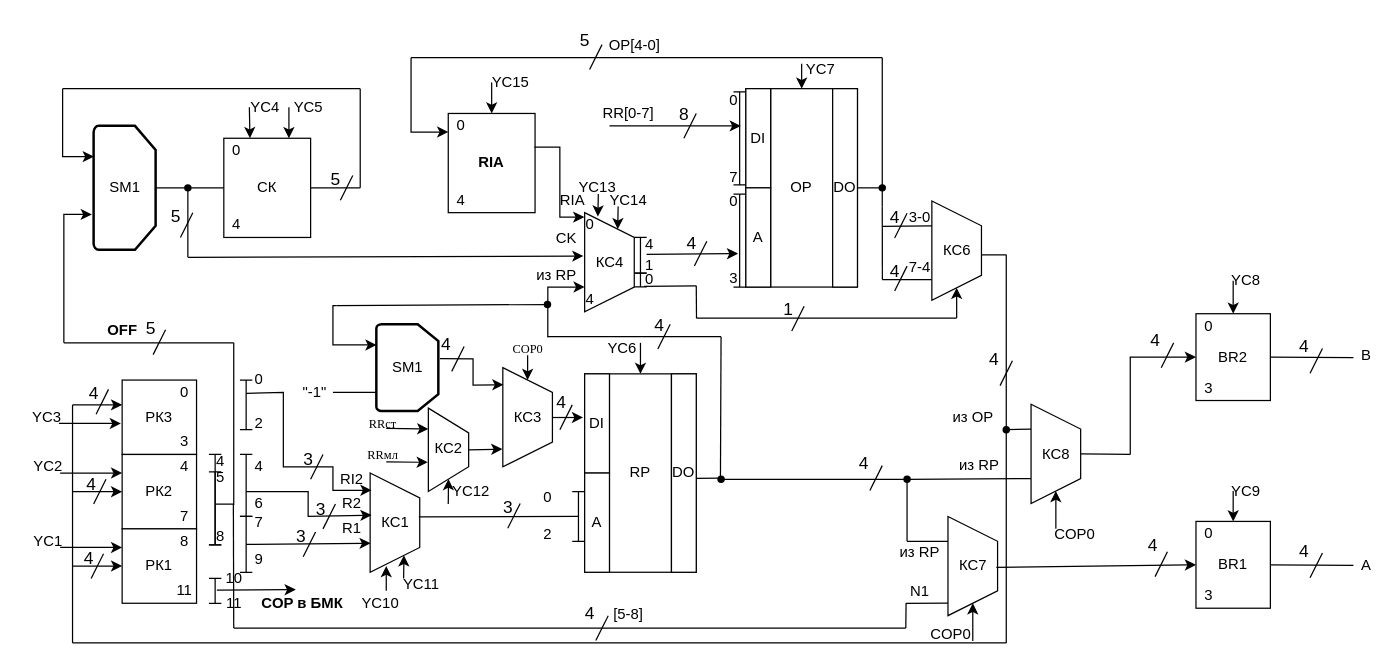
This is func_scheme_BUK.drawio from TimurQQ/Workshop, a draw.io file, before an edit. Source tidied: cells renumbered, new cells numbered last; positions are measured from the earlier drawing's top-left corner, leaving out a move shared by most shapes. Both pictures are drawn from the tidied source at 124%, with x=0, y=0 at pixel (21, 21).
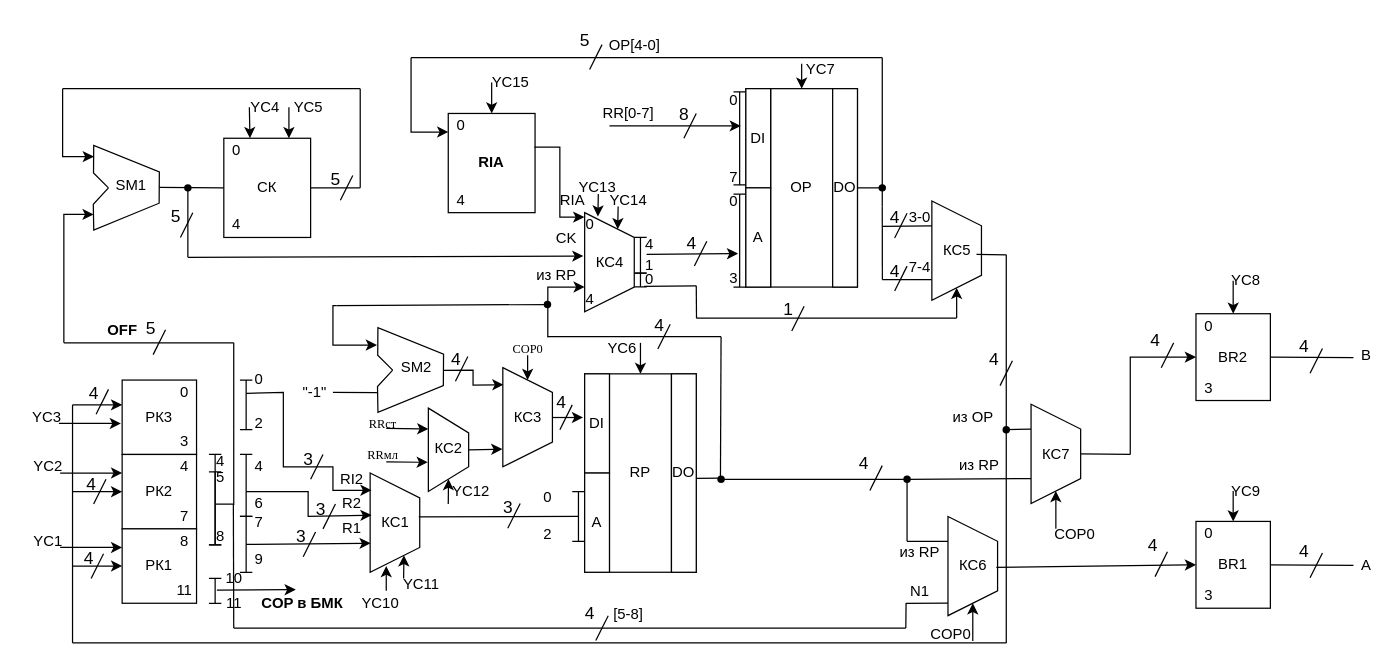
The same page after the edit.

Unchanged cells that the change refers to:
```xml
<mxCell id="2" value="СК" style="rounded=0;whiteSpace=wrap;html=1;" parent="1" vertex="1">
  <mxGeometry x="163" y="94" width="70" height="80" as="geometry" />
</mxCell>
<mxCell id="99" style="shape=trapezoid;perimeter=trapezoidPerimeter;whiteSpace=wrap;html=1;fixedSize=1;rotation=90;" parent="1" vertex="1">
  <mxGeometry x="368" y="299" width="80" height="40" as="geometry" />
</mxCell>
```

The edit, as a diff of the source:
```diff
@@
-    <mxCell id="5" style="strokeWidth=2;html=1;shape=mxgraph.flowchart.loop_limit;whiteSpace=wrap;rotation=90;" parent="1" vertex="1">
-      <mxGeometry x="33" y="109" width="100" height="50" as="geometry" />
-    </mxCell>
-    <mxCell id="6" value="SM1&lt;br&gt;" style="text;html=1;align=center;verticalAlign=middle;strokeColor=none;fillColor=none;" parent="1" vertex="1">
-      <mxGeometry x="63" y="124" width="40" height="20" as="geometry" />
-    </mxCell>
-    <mxCell id="7" style="endArrow=none;html=1;rounded=0;exitX=0.5;exitY=0;exitDx=0;exitDy=0;exitPerimeter=0;entryX=0;entryY=0.5;entryDx=0;entryDy=0;entryPerimeter=0;" parent="1" edge="1" source="5" target="2">
+    <mxCell id="7" style="endArrow=none;html=1;rounded=0;exitX=0.876;exitY=0.873;exitDx=0;exitDy=0;exitPerimeter=0;entryX=0;entryY=0.5;entryDx=0;entryDy=0;entryPerimeter=0;" parent="1" edge="1" source="265" target="2">
       <mxGeometry relative="1" as="geometry" />
     </mxCell>
@@
-    <mxCell id="11" style="edgeStyle=segmentEdgeStyle;endArrow=classic;html=1;rounded=0;entryX=0.248;entryY=0.996;entryDx=0;entryDy=0;entryPerimeter=0;" parent="1" edge="1" target="5">
+    <mxCell id="11" style="edgeStyle=segmentEdgeStyle;endArrow=classic;html=1;rounded=0;entryX=0.248;entryY=0.996;entryDx=0;entryDy=0;entryPerimeter=0;" parent="1" edge="1">
       <mxGeometry relative="1" as="geometry">
         <mxPoint x="33" y="54" as="sourcePoint" />
+        <mxPoint x="58.2" y="108.8" as="targetPoint" />
         <Array as="points">
           <mxPoint x="33" y="109" />
         </Array>
       </mxGeometry>
     </mxCell>
@@
-    <mxCell id="43" style="edgeStyle=segmentEdgeStyle;endArrow=classic;html=1;rounded=0;entryX=0.714;entryY=1.028;entryDx=0;entryDy=0;entryPerimeter=0;" parent="1" edge="1" target="5">
+    <mxCell id="43" style="edgeStyle=segmentEdgeStyle;endArrow=classic;html=1;rounded=0;entryX=0.143;entryY=0.564;entryDx=0;entryDy=0;entryPerimeter=0;" parent="1" edge="1" target="265">
       <mxGeometry relative="1" as="geometry">
         <mxPoint x="34" y="259" as="sourcePoint" />
         <Array as="points">
           <mxPoint x="34" y="155" />
         </Array>
       </mxGeometry>
     </mxCell>
@@
-    <mxCell id="53" style="strokeWidth=2;html=1;shape=mxgraph.flowchart.loop_limit;whiteSpace=wrap;rotation=90;" parent="1" vertex="1">
-      <mxGeometry x="276" y="254" width="70" height="50" as="geometry" />
-    </mxCell>
-    <mxCell id="54" value="SM1&lt;br&gt;" style="text;html=1;align=center;verticalAlign=middle;strokeColor=none;fillColor=none;" parent="1" vertex="1">
-      <mxGeometry x="291" y="269" width="40" height="20" as="geometry" />
-    </mxCell>
-    <mxCell id="55" style="endArrow=none;html=1;rounded=0;entryX=0.785;entryY=1.002;entryDx=0;entryDy=0;entryPerimeter=0;" parent="1" edge="1" target="53">
+    <mxCell id="55" style="endArrow=none;html=1;rounded=0;entryX=0.168;entryY=0.524;entryDx=0;entryDy=0;entryPerimeter=0;" parent="1" edge="1" target="268">
       <mxGeometry relative="1" as="geometry">
         <mxPoint x="251" y="299" as="sourcePoint" />
       </mxGeometry>
     </mxCell>
@@
-    <mxCell id="61" style="edgeStyle=segmentEdgeStyle;endArrow=classic;html=1;rounded=0;entryX=0.238;entryY=0.997;entryDx=0;entryDy=0;entryPerimeter=0;" parent="1" edge="1" target="53">
+    <mxCell id="61" style="edgeStyle=segmentEdgeStyle;endArrow=classic;html=1;rounded=0;entryX=0.544;entryY=0.142;entryDx=0;entryDy=0;entryPerimeter=0;" parent="1" edge="1" target="268">
       <mxGeometry relative="1" as="geometry">
         <mxPoint x="254" y="229" as="sourcePoint" />
         <Array as="points">
-          <mxPoint x="254" y="229" />
           <mxPoint x="251" y="229" />
           <mxPoint x="251" y="261" />
         </Array>
       </mxGeometry>
     </mxCell>
@@
-    <mxCell id="102" style="endArrow=classic;html=1;rounded=0;exitX=0.395;exitY=-0.026;exitDx=0;exitDy=0;exitPerimeter=0;entryX=0.172;entryY=0.988;entryDx=0;entryDy=0;entryPerimeter=0;" parent="1" edge="1" source="53" target="99">
+    <mxCell id="102" style="endArrow=classic;html=1;rounded=0;exitX=0.87;exitY=0.879;exitDx=0;exitDy=0;exitPerimeter=0;entryX=0.172;entryY=0.988;entryDx=0;entryDy=0;entryPerimeter=0;" parent="1" edge="1" source="268" target="99">
       <mxGeometry relative="1" as="geometry">
         <Array as="points">
-          <mxPoint x="364" y="272" />
+          <mxPoint x="364" y="281" />
           <mxPoint x="364" y="293" />
         </Array>
       </mxGeometry>
     </mxCell>
@@
-    <mxCell id="105" value="КС6" style="text;html=1;align=center;verticalAlign=middle;points=[];strokeColor=none;fillColor=none;" parent="1" vertex="1">
-      <mxGeometry x="734" y="174.6" width="40" height="20" as="geometry" />
+    <mxCell id="105" value="КС5" style="text;html=1;align=center;verticalAlign=middle;points=[];strokeColor=none;fillColor=none;" parent="1" vertex="1">
+      <mxGeometry x="738" y="175.6" width="32" height="18" as="geometry" />
     </mxCell>
@@
-    <mxCell id="150" value="КС8" style="text;html=1;align=center;verticalAlign=middle;strokeColor=none;fillColor=none;" parent="1" vertex="1">
+    <mxCell id="150" value="КС7" style="text;html=1;align=center;verticalAlign=middle;strokeColor=none;fillColor=none;" parent="1" vertex="1">
       <mxGeometry x="818" y="339.5" width="32" height="18" as="geometry" />
     </mxCell>
@@
     <mxCell id="191" style="endArrow=none;html=1;rounded=0;fontFamily=Helvetica;fontSize=18;" parent="1" edge="1">
       <mxGeometry relative="1" as="geometry">
-        <mxPoint x="346.8" y="282" as="sourcePoint" />
-        <mxPoint x="356.8" y="262" as="targetPoint" />
+        <mxPoint x="349.8" y="290" as="sourcePoint" />
+        <mxPoint x="359.8" y="270" as="targetPoint" />
       </mxGeometry>
     </mxCell>
     <mxCell id="192" value="&lt;font style=&quot;font-size: 14px;&quot;&gt;4&lt;/font&gt;" style="text;html=1;align=center;verticalAlign=middle;strokeColor=none;fillColor=none;fontSize=18;fontFamily=Helvetica;" parent="1" vertex="1">
-      <mxGeometry x="331.8" y="244" width="20" height="30" as="geometry" />
+      <mxGeometry x="339.8" y="256" width="20" height="30" as="geometry" />
     </mxCell>
@@
-    <mxCell id="232" value="КС7" style="text;html=1;align=center;verticalAlign=middle;strokeColor=none;fillColor=none;" parent="1" vertex="1">
+    <mxCell id="232" value="КС6" style="text;html=1;align=center;verticalAlign=middle;strokeColor=none;fillColor=none;" parent="1" vertex="1">
       <mxGeometry x="751" y="430" width="32" height="18" as="geometry" />
     </mxCell>
@@
+    <mxCell id="265" style="verticalLabelPosition=bottom;verticalAlign=top;html=1;shape=mxgraph.basic.polygon;polyCoords=[[0.47,0.47],[0.47,0.23],[0.69,0.01],[1,0.75],[0.75,1],[0.02,0.69],[0.22,0.48],[0.47,0.47]];polyline=1;fillColor=none;rotation=-45;" parent="1" vertex="1">
+      <mxGeometry x="37" y="98.5" width="72" height="71" as="geometry" />
+    </mxCell>
+    <mxCell id="266" value="SM1&lt;br&gt;" style="text;html=1;align=center;verticalAlign=middle;strokeColor=none;fillColor=none;" parent="1" vertex="1">
+      <mxGeometry x="68" y="121.9" width="40" height="20" as="geometry" />
+    </mxCell>
+    <mxCell id="267" style="endArrow=none;html=1;rounded=0;" parent="1" edge="1">
+      <mxGeometry relative="1" as="geometry">
+        <mxPoint x="363.2" y="281" as="sourcePoint" />
+        <mxPoint x="363.2" y="281" as="targetPoint" />
+      </mxGeometry>
+    </mxCell>
+    <mxCell id="268" style="verticalLabelPosition=bottom;verticalAlign=top;html=1;shape=mxgraph.basic.polygon;polyCoords=[[0.47,0.47],[0.47,0.23],[0.69,0.01],[1,0.75],[0.75,1],[0.02,0.69],[0.22,0.48],[0.47,0.47]];polyline=1;fillColor=none;rotation=-45;" parent="1" vertex="1">
+      <mxGeometry x="266.2" y="245.5" width="72" height="71" as="geometry" />
+    </mxCell>
+    <mxCell id="269" value="SM2" style="text;html=1;align=center;verticalAlign=middle;strokeColor=none;fillColor=none;" parent="1" vertex="1">
+      <mxGeometry x="300.2" y="269.9" width="35" height="18" as="geometry" />
+    </mxCell>
```
